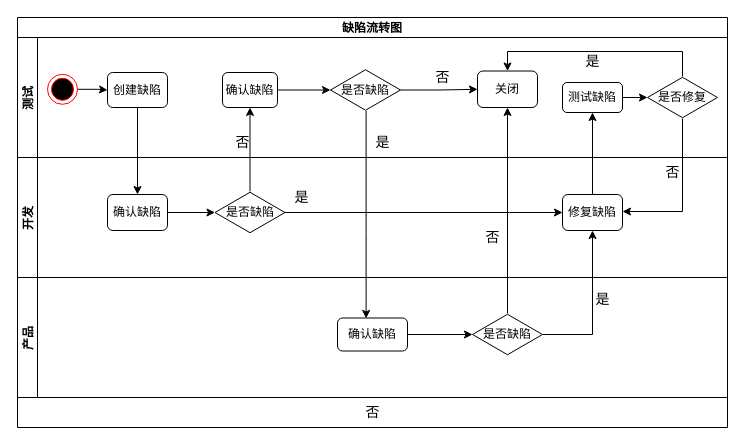
Above: page "缺陷流转图" (1 of 2) of Untitled Diagram.drawio in wlh206/test (draw.io), before the change. Source tidied: cells renumbered, new cells numbered last; positions are measured from the earlier drawing's top-left corner, leaving out a move shared by most shapes. Both pictures are drawn from the tidied source at 100%, with x=0, y=0 at pixel (17, 17).
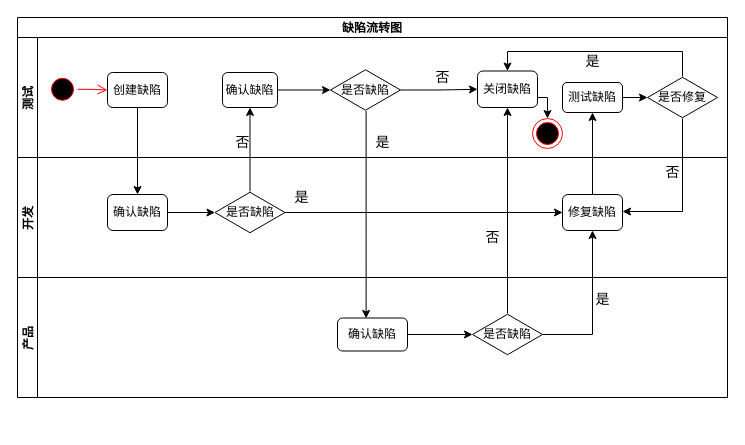
After the change.

The change refers to these unchanged cells:
```xml
<mxCell id="3" value="测试" style="swimlane;startSize=20;horizontal=0;" parent="2" vertex="1">
  <mxGeometry y="20" width="710" height="120" as="geometry" />
</mxCell>
<mxCell id="4" value="创建缺陷" style="rounded=1;whiteSpace=wrap;html=1;" parent="3" vertex="1">
  <mxGeometry x="90" y="35" width="60" height="35" as="geometry" />
</mxCell>
```

Diff of the diagram source:
```diff
@@
     <mxCell id="2" value="缺陷流转图" style="swimlane;horizontal=1;startSize=20;" parent="1" vertex="1">
-      <mxGeometry width="710" height="410" as="geometry" />
+      <mxGeometry width="710" height="380" as="geometry" />
     </mxCell>
@@
-    <mxCell id="5" style="edgeStyle=orthogonalEdgeStyle;rounded=0;jettySize=auto;html=1;fontSize=14;" parent="3" edge="1" source="6" target="4">
-      <mxGeometry relative="1" as="geometry" />
-    </mxCell>
     <mxCell id="6" style="ellipse;html=1;shape=endState;fillColor=#000000;strokeColor=#ff0000;" parent="3" vertex="1">
-      <mxGeometry x="30" y="36.8" width="30" height="30" as="geometry" />
+      <mxGeometry x="515" y="81" width="30" height="30" as="geometry" />
     </mxCell>
-    <mxCell id="7" value="关闭" style="rounded=1;whiteSpace=wrap;html=1;" parent="3" vertex="1">
+    <mxCell id="7" value="关闭缺陷" style="rounded=1;whiteSpace=wrap;html=1;" parent="3" vertex="1">
       <mxGeometry x="460" y="33.5" width="60" height="36.5" as="geometry" />
     </mxCell>
@@
+    <mxCell id="42" style="edgeStyle=orthogonalEdgeStyle;rounded=0;jettySize=auto;html=1;entryX=0.5;entryY=0;entryDx=0;entryDy=0;fontSize=14;exitX=1;exitY=0.5;exitDx=0;exitDy=0;" parent="3" edge="1" source="7" target="6">
+      <mxGeometry relative="1" as="geometry">
+        <Array as="points">
+          <mxPoint x="520" y="60" />
+          <mxPoint x="530" y="60" />
+        </Array>
+      </mxGeometry>
+    </mxCell>
@@
+    <mxCell id="43" style="ellipse;html=1;shape=startState;fillColor=#000000;strokeColor=#ff0000;fontSize=14;" parent="3" vertex="1">
+      <mxGeometry x="30" y="36.8" width="30" height="30" as="geometry" />
+    </mxCell>
+    <mxCell id="44" style="edgeStyle=orthogonalEdgeStyle;html=1;verticalAlign=bottom;endArrow=open;endSize=8;strokeColor=#ff0000;fontSize=14;entryX=0;entryY=0.5;entryDx=0;entryDy=0;" parent="3" edge="1" source="43" target="4">
+      <mxGeometry relative="1" as="geometry" />
+    </mxCell>
@@
-    <mxCell id="40" value="否" style="text;strokeColor=none;fillColor=none;html=1;fontSize=14;fontStyle=0;verticalAlign=middle;align=center;" parent="2" vertex="1">
-      <mxGeometry y="380" width="710" height="30" as="geometry" />
-    </mxCell>
```
